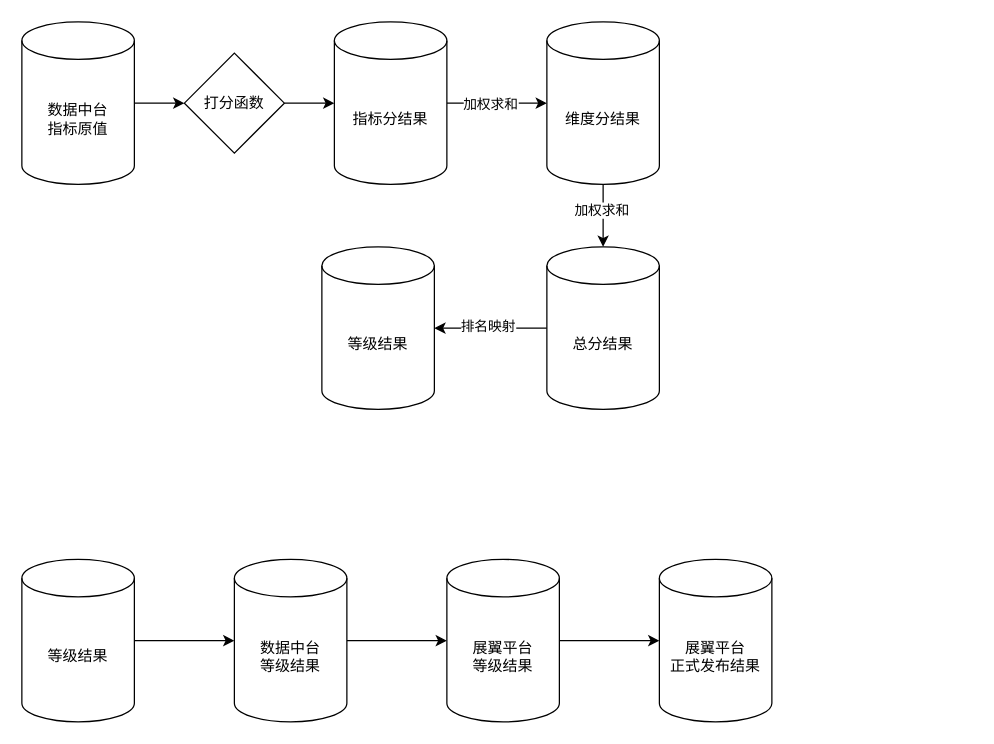
XiaoLiuAI/diagrams keeps this draw.io diagram as 友邦/友邦agent grade数据流程图.drawio. Above is the earlier version. Source tidied: cells renumbered, new cells numbered last; positions are measured from the earlier drawing's top-left corner, leaving out a move shared by most shapes. Both pictures are drawn from the tidied source at 125%, with x=0, y=0 at pixel (21, 21).
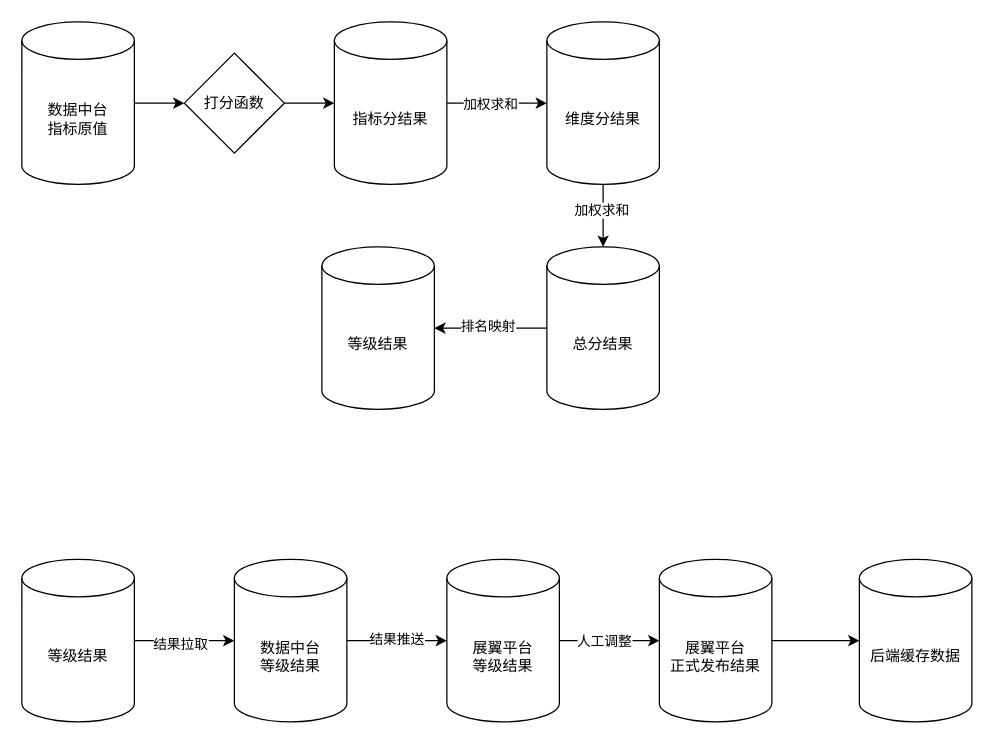
Above is the later version.

Commit message (it also covers changes not shown here):
Update 友邦agent grade数据流程图.drawio

Unchanged cells that the change refers to:
```xml
<mxCell id="16" style="edgeStyle=orthogonalEdgeStyle;rounded=0;jettySize=auto;html=1;" parent="1" edge="1" source="17" target="19">
  <mxGeometry relative="1" as="geometry" />
</mxCell>
<mxCell id="18" style="edgeStyle=orthogonalEdgeStyle;rounded=0;jettySize=auto;html=1;" parent="1" edge="1" source="19" target="20">
  <mxGeometry relative="1" as="geometry" />
</mxCell>
<mxCell id="21" value="展翼平台&lt;div&gt;正式发布结果&lt;/div&gt;" style="shape=cylinder3;whiteSpace=wrap;html=1;boundedLbl=1;backgroundOutline=1;size=15;" parent="1" vertex="1">
  <mxGeometry x="510" y="430" width="90" height="130" as="geometry" />
</mxCell>
<mxCell id="22" style="edgeStyle=orthogonalEdgeStyle;rounded=0;jettySize=auto;html=1;entryX=0;entryY=0.5;entryDx=0;entryDy=0;entryPerimeter=0;" parent="1" edge="1" source="20" target="21">
  <mxGeometry relative="1" as="geometry" />
</mxCell>
```

What changed in the source:
```diff
@@
+    <mxCell id="23" value="结果拉取" style="edgeLabel;html=1;align=center;verticalAlign=middle;" parent="16" vertex="1">
+      <mxGeometry x="-0.1" y="-2" relative="1" as="geometry" />
+    </mxCell>
@@
+    <mxCell id="24" value="结果推送" style="edgeLabel;html=1;align=center;verticalAlign=middle;" parent="18" vertex="1">
+      <mxGeometry x="-0.03" y="2" relative="1" as="geometry" />
+    </mxCell>
@@
+    <mxCell id="25" style="edgeStyle=orthogonalEdgeStyle;rounded=0;jettySize=auto;html=1;" parent="1" edge="1" source="21" target="27">
+      <mxGeometry relative="1" as="geometry" />
+    </mxCell>
@@
+    <mxCell id="26" value="人工调整" style="edgeLabel;html=1;align=center;verticalAlign=middle;" parent="22" vertex="1">
+      <mxGeometry x="-0.33" relative="1" as="geometry">
+        <mxPoint x="8" as="offset" />
+      </mxGeometry>
+    </mxCell>
+    <mxCell id="27" value="后端缓存数据" style="shape=cylinder3;whiteSpace=wrap;html=1;boundedLbl=1;backgroundOutline=1;size=15;" parent="1" vertex="1">
+      <mxGeometry x="670" y="430" width="90" height="130" as="geometry" />
+    </mxCell>
```
